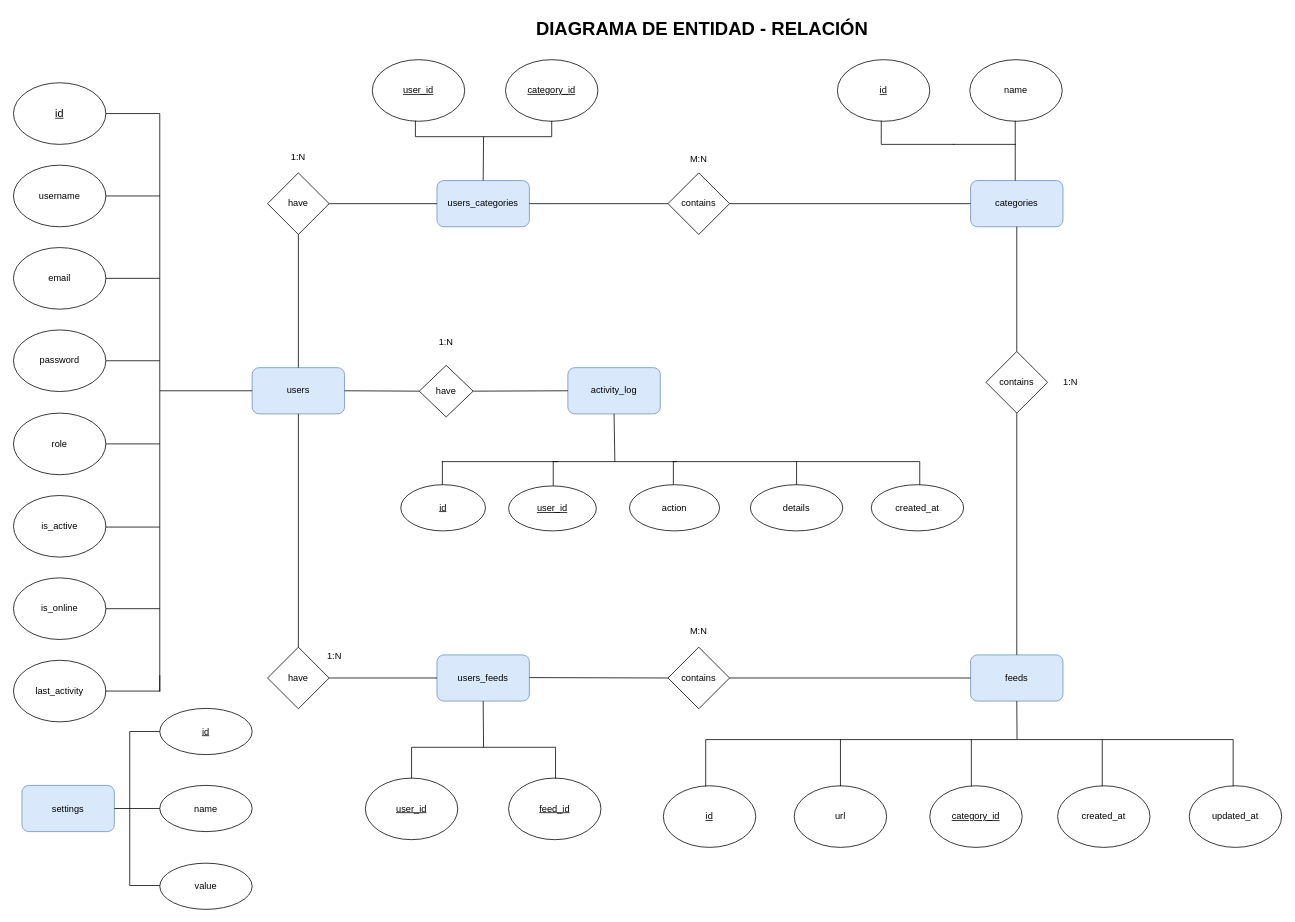
This is Diagrama sin título.drawio from molinacode/sources-news, a draw.io file, before an edit. Source tidied: cells renumbered, new cells numbered last; positions are measured from the earlier drawing's top-left corner, leaving out a move shared by most shapes. Both pictures are drawn from the tidied source at 77%, with x=0, y=0 at pixel (13, 13).
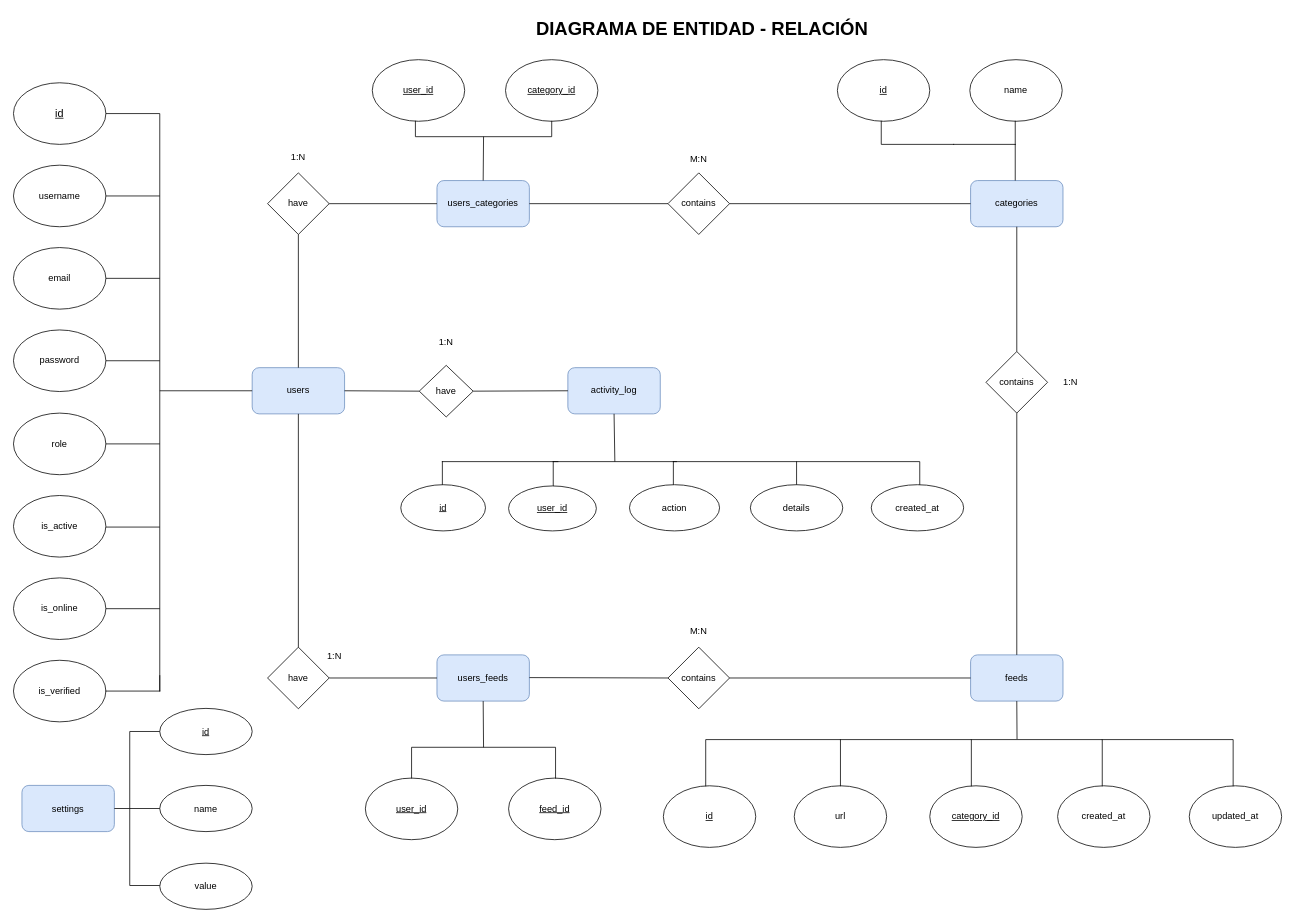
Above is the later version.

The edit, as a diff of the source:
```diff
@@
-    <mxCell id="10" value="last_activity" style="ellipse;whiteSpace=wrap;html=1;" parent="1" vertex="1">
+    <mxCell id="10" value="is_verified" style="ellipse;whiteSpace=wrap;html=1;" parent="1" vertex="1">
       <mxGeometry y="840" width="120" height="80" as="geometry" />
     </mxCell>
```
